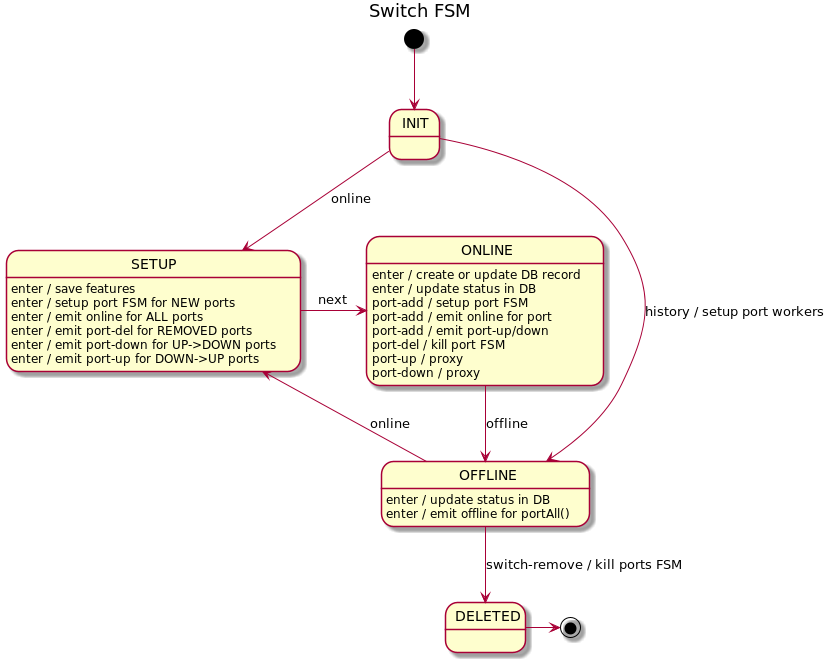
The PlantUML diagram docs/design/network-discovery/switch-FSM.png in telstra/open-kilda, before a commit.
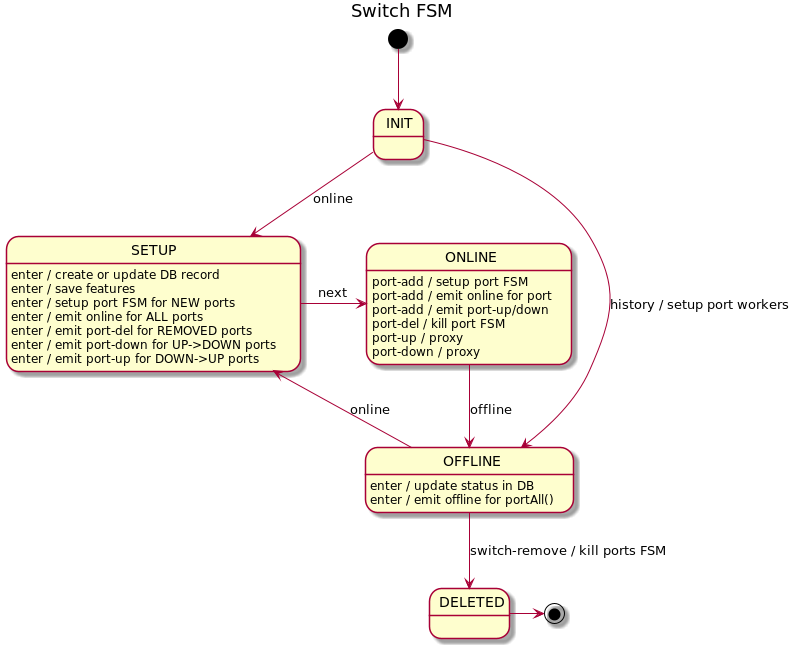
After the change.

Commit message:
Save switch data into DB before updates for port handlers

The edit, as a diff of the source:
```diff
@@ -6,6 +6,7 @@
 INIT --> OFFLINE : history / setup port workers
 INIT --> SETUP : online
 
+SETUP : enter / create or update DB record
 SETUP : enter / save features
 SETUP : enter / setup port FSM for NEW ports
 SETUP : enter / emit online for ALL ports
@@ -14,8 +15,6 @@
 SETUP : enter / emit port-up for DOWN->UP ports
 SETUP -r-> ONLINE : next
 
-ONLINE : enter / create or update DB record
-ONLINE : enter / update status in DB
 ONLINE : port-add / setup port FSM
 ONLINE : port-add / emit online for port
 ONLINE : port-add / emit port-up/down
```
